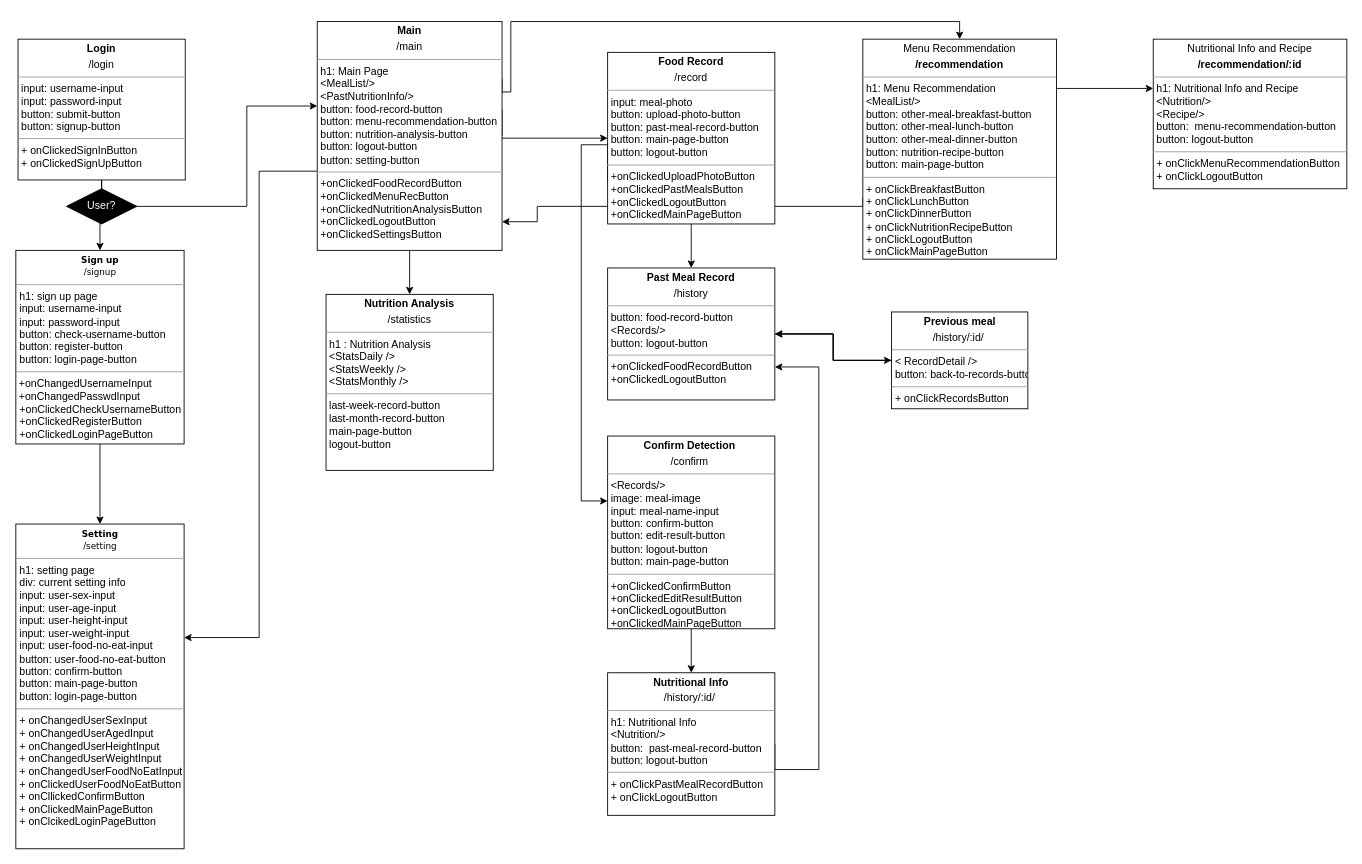
swsnu/swpp2021-team5 keeps this draw.io diagram as Untitled Diagram.drawio. Above is the earlier version. Source tidied: cells renumbered, new cells numbered last; positions are measured from the earlier drawing's top-left corner, leaving out a move shared by most shapes. Both pictures are drawn from the tidied source at 88%, with x=0, y=0 at pixel (16, 21).
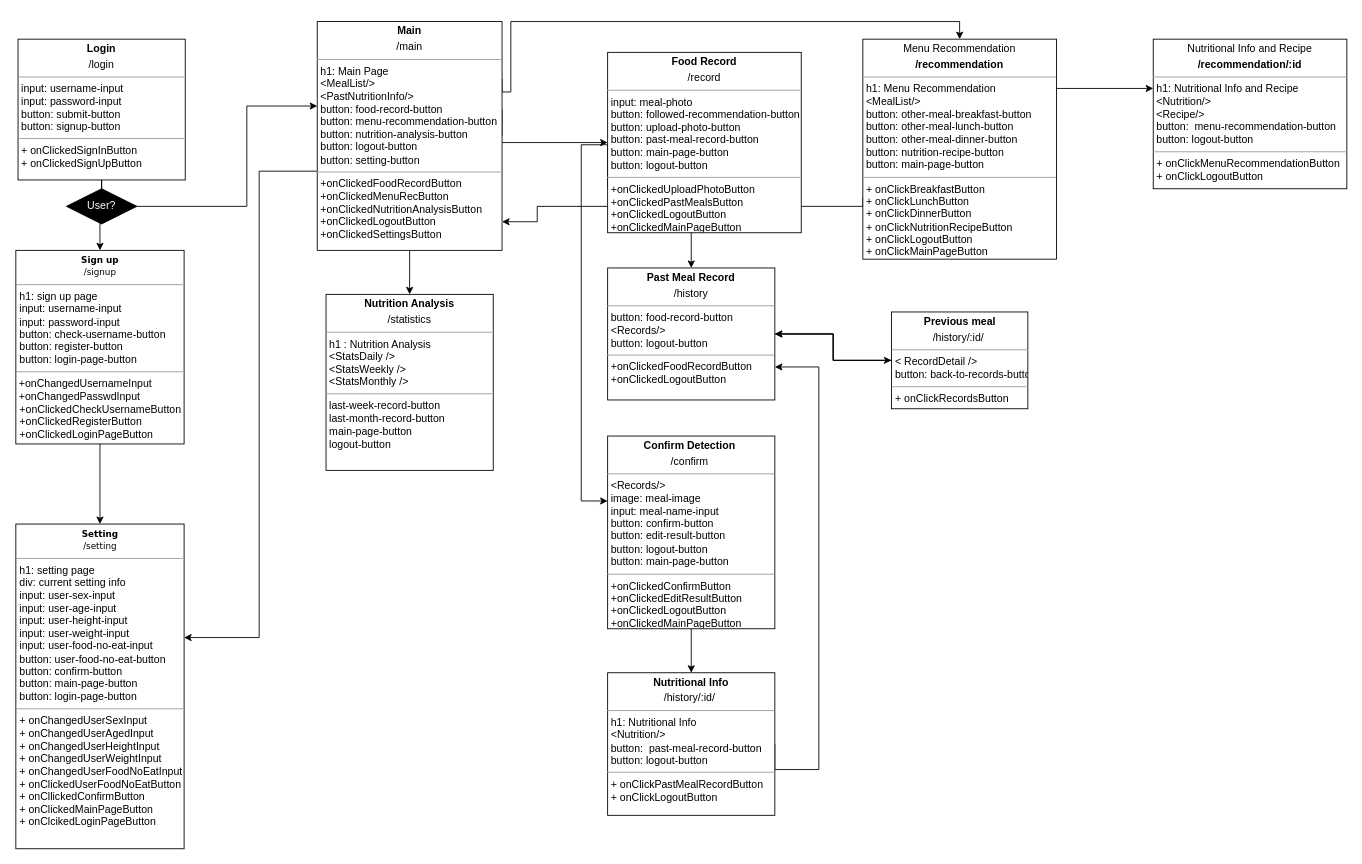
The same page after the edit.

The edit, as a diff of the source:
```diff
@@
-    <mxCell id="15" value="&lt;p style=&quot;margin: 0px ; margin-top: 4px ; text-align: center&quot;&gt;&lt;b&gt;Food Record&lt;/b&gt;&lt;/p&gt;&lt;p style=&quot;margin: 0px ; margin-top: 4px ; text-align: center&quot;&gt;/record&lt;/p&gt;&lt;hr size=&quot;1&quot;&gt;&lt;p style=&quot;margin: 0px ; margin-left: 4px&quot;&gt;&lt;span&gt;input: meal-photo&lt;/span&gt;&lt;/p&gt;&lt;p style=&quot;margin: 0px ; margin-left: 4px&quot;&gt;&lt;span&gt;button: upload-photo-button&lt;/span&gt;&lt;br&gt;&lt;/p&gt;&lt;p style=&quot;margin: 0px 0px 0px 4px&quot;&gt;button: past-meal-record-button&lt;/p&gt;&lt;p style=&quot;margin: 0px 0px 0px 4px&quot;&gt;button: main-page-button&lt;/p&gt;&lt;p style=&quot;margin: 0px 0px 0px 4px&quot;&gt;button: logout-button&lt;/p&gt;&lt;hr size=&quot;1&quot;&gt;&lt;p style=&quot;margin: 0px ; margin-left: 4px&quot;&gt;+onClickedUploadPhotoButton&lt;/p&gt;&lt;p style=&quot;margin: 0px ; margin-left: 4px&quot;&gt;+onClickedPastMealsButton&lt;/p&gt;&lt;p style=&quot;margin: 0px ; margin-left: 4px&quot;&gt;+onClickedLogoutButton&lt;/p&gt;&lt;p style=&quot;margin: 0px ; margin-left: 4px&quot;&gt;+onClickedMainPageButton&lt;/p&gt;" style="verticalAlign=top;align=left;overflow=fill;fontSize=12;fontFamily=Helvetica;html=1;rounded=0;shadow=0;comic=0;labelBackgroundColor=none;strokeWidth=1;" parent="1" vertex="1">
-      <mxGeometry x="672" y="35" width="190" height="195" as="geometry" />
+    <mxCell id="15" value="&lt;p style=&quot;margin: 0px ; margin-top: 4px ; text-align: center&quot;&gt;&lt;b&gt;Food Record&lt;/b&gt;&lt;/p&gt;&lt;p style=&quot;margin: 0px ; margin-top: 4px ; text-align: center&quot;&gt;/record&lt;/p&gt;&lt;hr size=&quot;1&quot;&gt;&lt;p style=&quot;margin: 0px ; margin-left: 4px&quot;&gt;&lt;span&gt;input: meal-photo&lt;/span&gt;&lt;/p&gt;&lt;p style=&quot;margin: 0px ; margin-left: 4px&quot;&gt;&lt;span&gt;button: followed-recommendation-button&lt;/span&gt;&lt;/p&gt;&lt;p style=&quot;margin: 0px ; margin-left: 4px&quot;&gt;&lt;span&gt;button: upload-photo-button&lt;/span&gt;&lt;br&gt;&lt;/p&gt;&lt;p style=&quot;margin: 0px 0px 0px 4px&quot;&gt;button: past-meal-record-button&lt;/p&gt;&lt;p style=&quot;margin: 0px 0px 0px 4px&quot;&gt;button: main-page-button&lt;/p&gt;&lt;p style=&quot;margin: 0px 0px 0px 4px&quot;&gt;button: logout-button&lt;/p&gt;&lt;hr size=&quot;1&quot;&gt;&lt;p style=&quot;margin: 0px ; margin-left: 4px&quot;&gt;+onClickedUploadPhotoButton&lt;/p&gt;&lt;p style=&quot;margin: 0px ; margin-left: 4px&quot;&gt;+onClickedPastMealsButton&lt;/p&gt;&lt;p style=&quot;margin: 0px ; margin-left: 4px&quot;&gt;+onClickedLogoutButton&lt;/p&gt;&lt;p style=&quot;margin: 0px ; margin-left: 4px&quot;&gt;+onClickedMainPageButton&lt;/p&gt;" style="verticalAlign=top;align=left;overflow=fill;fontSize=12;fontFamily=Helvetica;html=1;rounded=0;shadow=0;comic=0;labelBackgroundColor=none;strokeWidth=1;" parent="1" vertex="1">
+      <mxGeometry x="672" y="35" width="220" height="205" as="geometry" />
     </mxCell>
```
